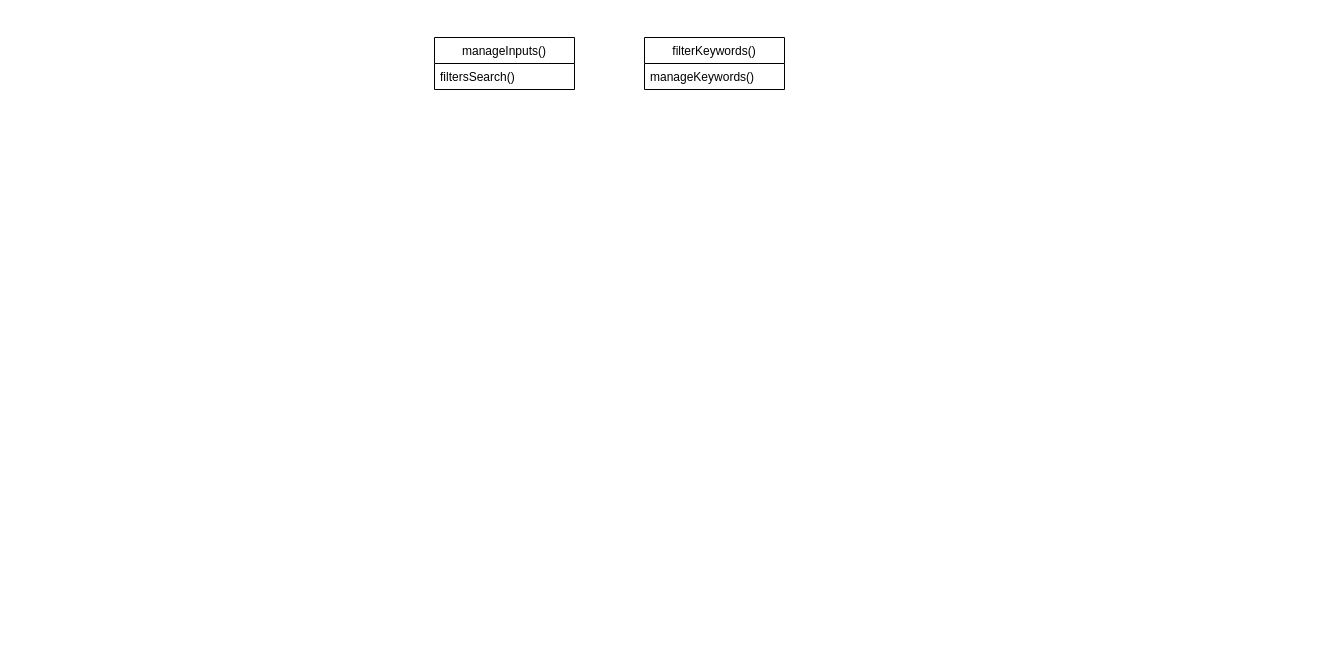
Before: Untitled Diagram 2.drawio in LouisMaupas/LesPetitsPlats, a draw.io diagram. Source tidied: cells renumbered, new cells numbered last; positions are measured from the earlier drawing's top-left corner, leaving out a move shared by most shapes. Both pictures are drawn from the tidied source at 100%, with x=0, y=0 at pixel (434, 37).
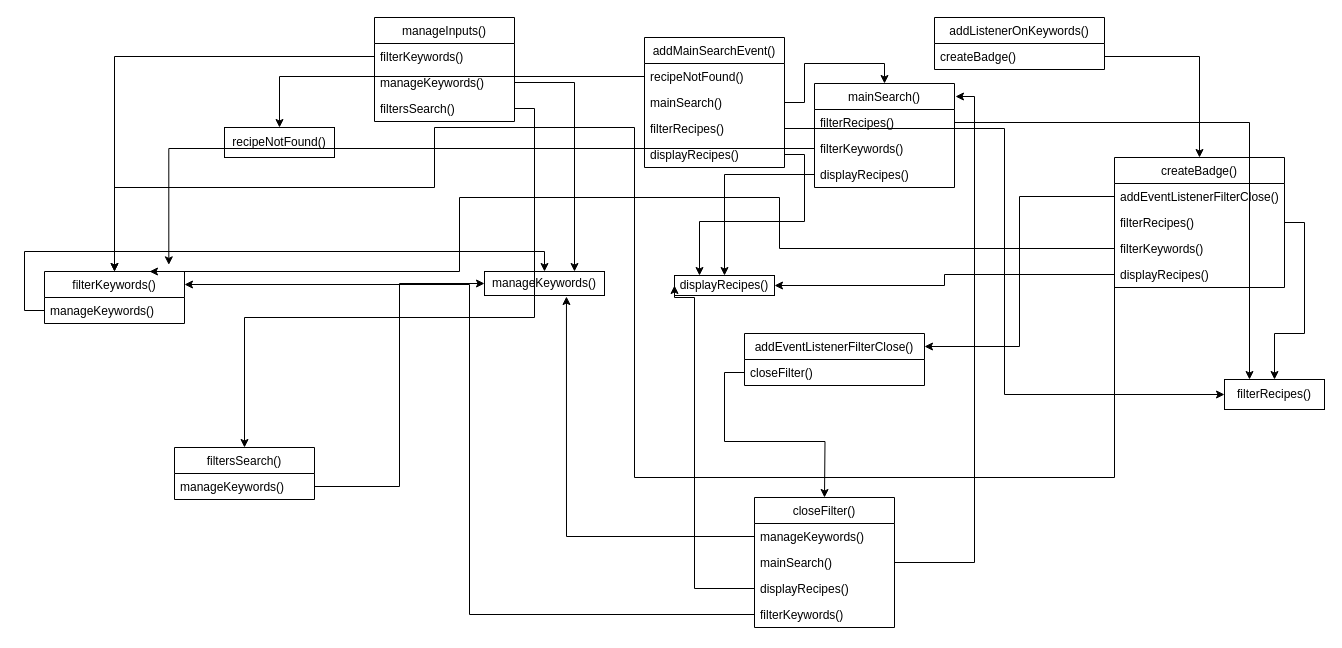
After the change.

Unchanged cells that the change refers to:
```xml
<mxCell id="5" value="manageKeywords()" style="text;strokeColor=none;fillColor=none;align=left;verticalAlign=top;spacingLeft=4;spacingRight=4;overflow=hidden;points=[[0,0.5],[1,0.5]];portConstraint=eastwest;" parent="4" vertex="1">
  <mxGeometry y="26" width="140" height="26" as="geometry" />
</mxCell>
```

Change to the diagram source:
```diff
@@
     <mxCell id="2" value="manageInputs()" style="swimlane;fontStyle=0;horizontal=1;startSize=26;" parent="1" vertex="1">
-      <mxGeometry width="140" height="52" as="geometry" />
+      <mxGeometry x="-60" y="-20" width="140" height="104" as="geometry" />
     </mxCell>
-    <mxCell id="3" value="filtersSearch()&#10;" style="text;fillColor=none;align=left;verticalAlign=top;spacingLeft=4;spacingRight=4;overflow=hidden;points=[[0,0.5],[1,0.5]];portConstraint=eastwest;" parent="2" vertex="1">
+    <mxCell id="3" value="filterKeywords()" style="text;fillColor=none;align=left;verticalAlign=top;spacingLeft=4;spacingRight=4;overflow=hidden;points=[[0,0.5],[1,0.5]];portConstraint=eastwest;" parent="2" vertex="1">
       <mxGeometry y="26" width="140" height="26" as="geometry" />
     </mxCell>
+    <mxCell id="6" value="manageKeywords()" style="text;fillColor=none;align=left;verticalAlign=top;spacingLeft=4;spacingRight=4;overflow=hidden;points=[[0,0.5],[1,0.5]];portConstraint=eastwest;" parent="2" vertex="1">
+      <mxGeometry y="52" width="140" height="26" as="geometry" />
+    </mxCell>
+    <mxCell id="7" value="filtersSearch()" style="text;fillColor=none;align=left;verticalAlign=top;spacingLeft=4;spacingRight=4;overflow=hidden;points=[[0,0.5],[1,0.5]];portConstraint=eastwest;" parent="2" vertex="1">
+      <mxGeometry y="78" width="140" height="26" as="geometry" />
+    </mxCell>
     <mxCell id="4" value="filterKeywords()" style="swimlane;fontStyle=0;horizontal=1;startSize=26;" parent="1" vertex="1">
-      <mxGeometry x="210" width="140" height="52" as="geometry" />
+      <mxGeometry x="-390" y="234" width="140" height="52" as="geometry" />
     </mxCell>
@@
+    <mxCell id="8" value="addMainSearchEvent()" style="swimlane;fontStyle=0;horizontal=1;startSize=26;" parent="1" vertex="1">
+      <mxGeometry x="210" width="140" height="130" as="geometry" />
+    </mxCell>
+    <mxCell id="9" value="recipeNotFound()" style="text;strokeColor=none;fillColor=none;align=left;verticalAlign=top;spacingLeft=4;spacingRight=4;overflow=hidden;points=[[0,0.5],[1,0.5]];portConstraint=eastwest;" parent="8" vertex="1">
+      <mxGeometry y="26" width="140" height="26" as="geometry" />
+    </mxCell>
+    <mxCell id="10" value="mainSearch()" style="text;strokeColor=none;fillColor=none;align=left;verticalAlign=top;spacingLeft=4;spacingRight=4;overflow=hidden;points=[[0,0.5],[1,0.5]];portConstraint=eastwest;" parent="8" vertex="1">
+      <mxGeometry y="52" width="140" height="26" as="geometry" />
+    </mxCell>
+    <mxCell id="11" value="filterRecipes()" style="text;strokeColor=none;fillColor=none;align=left;verticalAlign=top;spacingLeft=4;spacingRight=4;overflow=hidden;points=[[0,0.5],[1,0.5]];portConstraint=eastwest;" parent="8" vertex="1">
+      <mxGeometry y="78" width="140" height="26" as="geometry" />
+    </mxCell>
+    <mxCell id="12" value="displayRecipes()" style="text;strokeColor=none;fillColor=none;align=left;verticalAlign=top;spacingLeft=4;spacingRight=4;overflow=hidden;points=[[0,0.5],[1,0.5]];portConstraint=eastwest;" parent="8" vertex="1">
+      <mxGeometry y="104" width="140" height="26" as="geometry" />
+    </mxCell>
+    <mxCell id="13" value="mainSearch()" style="swimlane;fontStyle=0;horizontal=1;startSize=26;" parent="1" vertex="1">
+      <mxGeometry x="380" y="46" width="140" height="104" as="geometry" />
+    </mxCell>
+    <mxCell id="14" value="filterRecipes()" style="text;strokeColor=none;fillColor=none;align=left;verticalAlign=top;spacingLeft=4;spacingRight=4;overflow=hidden;points=[[0,0.5],[1,0.5]];portConstraint=eastwest;" parent="13" vertex="1">
+      <mxGeometry y="26" width="140" height="26" as="geometry" />
+    </mxCell>
+    <mxCell id="15" value="filterKeywords()" style="text;strokeColor=none;fillColor=none;align=left;verticalAlign=top;spacingLeft=4;spacingRight=4;overflow=hidden;points=[[0,0.5],[1,0.5]];portConstraint=eastwest;" parent="13" vertex="1">
+      <mxGeometry y="52" width="140" height="26" as="geometry" />
+    </mxCell>
+    <mxCell id="16" value="displayRecipes()" style="text;strokeColor=none;fillColor=none;align=left;verticalAlign=top;spacingLeft=4;spacingRight=4;overflow=hidden;points=[[0,0.5],[1,0.5]];portConstraint=eastwest;" parent="13" vertex="1">
+      <mxGeometry y="78" width="140" height="26" as="geometry" />
+    </mxCell>
+    <mxCell id="17" value="addEventListenerFilterClose()" style="swimlane;fontStyle=0;horizontal=1;startSize=26;" parent="1" vertex="1">
+      <mxGeometry x="310" y="296" width="180" height="52" as="geometry" />
+    </mxCell>
+    <mxCell id="18" value="closeFilter()" style="text;strokeColor=none;fillColor=none;align=left;verticalAlign=top;spacingLeft=4;spacingRight=4;overflow=hidden;points=[[0,0.5],[1,0.5]];portConstraint=eastwest;" parent="17" vertex="1">
+      <mxGeometry y="26" width="180" height="26" as="geometry" />
+    </mxCell>
+    <mxCell id="19" style="edgeStyle=orthogonalEdgeStyle;rounded=0;jettySize=auto;html=1;exitX=1;exitY=0.75;exitDx=0;exitDy=0;entryX=0.5;entryY=0;entryDx=0;entryDy=0;" parent="1" edge="1" source="20" target="22">
+      <mxGeometry relative="1" as="geometry" />
+    </mxCell>
+    <mxCell id="20" value="addListenerOnKeywords()" style="swimlane;fontStyle=0;horizontal=1;startSize=26;" parent="1" vertex="1">
+      <mxGeometry x="500" y="-20" width="170" height="52" as="geometry" />
+    </mxCell>
+    <mxCell id="21" value="createBadge()" style="text;strokeColor=none;fillColor=none;align=left;verticalAlign=top;spacingLeft=4;spacingRight=4;overflow=hidden;" parent="20" vertex="1">
+      <mxGeometry y="26" width="170" height="26" as="geometry" />
+    </mxCell>
+    <mxCell id="22" value="createBadge()" style="swimlane;fontStyle=0;horizontal=1;startSize=26;" parent="1" vertex="1">
+      <mxGeometry x="680" y="120" width="170" height="130" as="geometry" />
+    </mxCell>
+    <mxCell id="23" value="addEventListenerFilterClose()" style="text;strokeColor=none;fillColor=none;align=left;verticalAlign=top;spacingLeft=4;spacingRight=4;overflow=hidden;points=[[0,0.5],[1,0.5]];portConstraint=eastwest;" parent="22" vertex="1">
+      <mxGeometry y="26" width="170" height="26" as="geometry" />
+    </mxCell>
+    <mxCell id="24" value="filterRecipes()" style="text;strokeColor=none;fillColor=none;align=left;verticalAlign=top;spacingLeft=4;spacingRight=4;overflow=hidden;" parent="22" vertex="1">
+      <mxGeometry y="52" width="170" height="26" as="geometry" />
+    </mxCell>
+    <mxCell id="25" value="filterKeywords()" style="text;strokeColor=none;fillColor=none;align=left;verticalAlign=top;spacingLeft=4;spacingRight=4;overflow=hidden;points=[[0,0.5],[1,0.5]];portConstraint=eastwest;" parent="22" vertex="1">
+      <mxGeometry y="78" width="170" height="26" as="geometry" />
+    </mxCell>
+    <mxCell id="26" value="displayRecipes()" style="text;strokeColor=none;fillColor=none;align=left;verticalAlign=top;spacingLeft=4;spacingRight=4;overflow=hidden;points=[[0,0.5],[1,0.5]];portConstraint=eastwest;" parent="22" vertex="1">
+      <mxGeometry y="104" width="170" height="26" as="geometry" />
+    </mxCell>
+    <mxCell id="27" value="displayRecipes()" style="rounded=0;whiteSpace=wrap;html=1;" parent="1" vertex="1">
+      <mxGeometry x="240" y="238" width="100" height="20" as="geometry" />
+    </mxCell>
+    <mxCell id="28" style="edgeStyle=orthogonalEdgeStyle;rounded=0;jettySize=auto;html=1;exitX=1;exitY=0.5;exitDx=0;exitDy=0;entryX=0.5;entryY=0;entryDx=0;entryDy=0;" parent="1" edge="1" source="10" target="13">
+      <mxGeometry relative="1" as="geometry" />
+    </mxCell>
+    <mxCell id="29" style="edgeStyle=orthogonalEdgeStyle;rounded=0;jettySize=auto;html=1;exitX=0;exitY=0.5;exitDx=0;exitDy=0;entryX=0.5;entryY=0;entryDx=0;entryDy=0;" parent="1" edge="1" source="16" target="27">
+      <mxGeometry relative="1" as="geometry" />
+    </mxCell>
+    <mxCell id="30" style="edgeStyle=orthogonalEdgeStyle;rounded=0;jettySize=auto;html=1;exitX=0;exitY=0.5;exitDx=0;exitDy=0;entryX=0.5;entryY=0;entryDx=0;entryDy=0;" parent="1" edge="1" source="5" target="31">
+      <mxGeometry relative="1" as="geometry" />
+    </mxCell>
+    <mxCell id="31" value="manageKeywords()" style="rounded=0;whiteSpace=wrap;html=1;" parent="1" vertex="1">
+      <mxGeometry x="50" y="234" width="120" height="24" as="geometry" />
+    </mxCell>
+    <mxCell id="32" style="edgeStyle=orthogonalEdgeStyle;rounded=0;jettySize=auto;html=1;exitX=0;exitY=0.5;exitDx=0;exitDy=0;entryX=0.5;entryY=0;entryDx=0;entryDy=0;" parent="1" edge="1" source="3" target="4">
+      <mxGeometry relative="1" as="geometry" />
+    </mxCell>
+    <mxCell id="33" style="edgeStyle=orthogonalEdgeStyle;rounded=0;jettySize=auto;html=1;entryX=0.75;entryY=0;entryDx=0;entryDy=0;" parent="1" edge="1" source="6" target="31">
+      <mxGeometry relative="1" as="geometry" />
+    </mxCell>
+    <mxCell id="34" value="filterRecipes()" style="rounded=0;whiteSpace=wrap;html=1;" parent="1" vertex="1">
+      <mxGeometry x="790" y="342" width="100" height="30" as="geometry" />
+    </mxCell>
+    <mxCell id="35" style="edgeStyle=orthogonalEdgeStyle;rounded=0;jettySize=auto;html=1;exitX=1;exitY=0.5;exitDx=0;exitDy=0;entryX=0.5;entryY=0;entryDx=0;entryDy=0;" parent="1" edge="1" source="22" target="34">
+      <mxGeometry relative="1" as="geometry" />
+    </mxCell>
+    <mxCell id="36" style="edgeStyle=orthogonalEdgeStyle;rounded=0;jettySize=auto;html=1;exitX=0;exitY=0.5;exitDx=0;exitDy=0;entryX=0.5;entryY=0;entryDx=0;entryDy=0;" parent="1" edge="1" source="25" target="4">
+      <mxGeometry relative="1" as="geometry">
+        <Array as="points">
+          <mxPoint x="680" y="440" />
+          <mxPoint x="200" y="440" />
+          <mxPoint x="200" y="90" />
+          <mxPoint y="90" />
+          <mxPoint y="150" />
+        </Array>
+      </mxGeometry>
+    </mxCell>
+    <mxCell id="37" style="edgeStyle=orthogonalEdgeStyle;rounded=0;jettySize=auto;html=1;entryX=0.75;entryY=0;entryDx=0;entryDy=0;" parent="1" edge="1" target="4">
+      <mxGeometry relative="1" as="geometry">
+        <mxPoint x="680" y="211" as="sourcePoint" />
+        <Array as="points">
+          <mxPoint x="345" y="211" />
+          <mxPoint x="345" y="160" />
+          <mxPoint x="25" y="160" />
+        </Array>
+      </mxGeometry>
+    </mxCell>
+    <mxCell id="38" style="edgeStyle=orthogonalEdgeStyle;rounded=0;jettySize=auto;html=1;entryX=1;entryY=0.5;entryDx=0;entryDy=0;" parent="1" edge="1" source="26" target="27">
+      <mxGeometry relative="1" as="geometry" />
+    </mxCell>
+    <mxCell id="39" style="edgeStyle=orthogonalEdgeStyle;rounded=0;jettySize=auto;html=1;exitX=0;exitY=0.5;exitDx=0;exitDy=0;entryX=1;entryY=0.25;entryDx=0;entryDy=0;" parent="1" edge="1" source="23" target="17">
+      <mxGeometry relative="1" as="geometry" />
+    </mxCell>
+    <mxCell id="40" style="edgeStyle=orthogonalEdgeStyle;rounded=0;jettySize=auto;html=1;exitX=0;exitY=0.5;exitDx=0;exitDy=0;" parent="1" edge="1" source="18">
+      <mxGeometry relative="1" as="geometry">
+        <mxPoint x="390" y="460" as="targetPoint" />
+      </mxGeometry>
+    </mxCell>
+    <mxCell id="41" value="closeFilter()" style="swimlane;fontStyle=0;horizontal=1;startSize=26;" parent="1" vertex="1">
+      <mxGeometry x="320" y="460" width="140" height="130" as="geometry" />
+    </mxCell>
+    <mxCell id="42" value="manageKeywords()" style="text;strokeColor=none;fillColor=none;align=left;verticalAlign=top;spacingLeft=4;spacingRight=4;overflow=hidden;points=[[0,0.5],[1,0.5]];portConstraint=eastwest;" parent="41" vertex="1">
+      <mxGeometry y="26" width="140" height="26" as="geometry" />
+    </mxCell>
+    <mxCell id="43" value="mainSearch()" style="text;strokeColor=none;fillColor=none;align=left;verticalAlign=top;spacingLeft=4;spacingRight=4;overflow=hidden;points=[[0,0.5],[1,0.5]];portConstraint=eastwest;" parent="41" vertex="1">
+      <mxGeometry y="52" width="140" height="26" as="geometry" />
+    </mxCell>
+    <mxCell id="44" value="displayRecipes()" style="text;strokeColor=none;fillColor=none;align=left;verticalAlign=top;spacingLeft=4;spacingRight=4;overflow=hidden;points=[[0,0.5],[1,0.5]];portConstraint=eastwest;" parent="41" vertex="1">
+      <mxGeometry y="78" width="140" height="26" as="geometry" />
+    </mxCell>
+    <mxCell id="45" value="filterKeywords()" style="text;strokeColor=none;fillColor=none;align=left;verticalAlign=top;spacingLeft=4;spacingRight=4;overflow=hidden;points=[[0,0.5],[1,0.5]];portConstraint=eastwest;" parent="41" vertex="1">
+      <mxGeometry y="104" width="140" height="26" as="geometry" />
+    </mxCell>
+    <mxCell id="46" style="edgeStyle=orthogonalEdgeStyle;rounded=0;jettySize=auto;html=1;exitX=0;exitY=0.5;exitDx=0;exitDy=0;entryX=0.683;entryY=1.042;entryDx=0;entryDy=0;entryPerimeter=0;" parent="1" edge="1" source="42" target="31">
+      <mxGeometry relative="1" as="geometry" />
+    </mxCell>
+    <mxCell id="47" style="edgeStyle=orthogonalEdgeStyle;rounded=0;jettySize=auto;html=1;exitX=1;exitY=0.5;exitDx=0;exitDy=0;entryX=1.007;entryY=0.125;entryDx=0;entryDy=0;entryPerimeter=0;" parent="1" edge="1" source="43" target="13">
+      <mxGeometry relative="1" as="geometry" />
+    </mxCell>
+    <mxCell id="48" style="edgeStyle=orthogonalEdgeStyle;rounded=0;jettySize=auto;html=1;exitX=0;exitY=0.5;exitDx=0;exitDy=0;entryX=0;entryY=0.5;entryDx=0;entryDy=0;" parent="1" edge="1" source="44" target="27">
+      <mxGeometry relative="1" as="geometry">
+        <Array as="points">
+          <mxPoint x="260" y="551" />
+          <mxPoint x="260" y="260" />
+        </Array>
+      </mxGeometry>
+    </mxCell>
+    <mxCell id="49" value="filtersSearch()" style="swimlane;fontStyle=0;horizontal=1;startSize=26;" parent="1" vertex="1">
+      <mxGeometry x="-260" y="410" width="140" height="52" as="geometry" />
+    </mxCell>
+    <mxCell id="50" value="manageKeywords()" style="text;strokeColor=none;fillColor=none;align=left;verticalAlign=top;spacingLeft=4;spacingRight=4;overflow=hidden;points=[[0,0.5],[1,0.5]];portConstraint=eastwest;" parent="49" vertex="1">
+      <mxGeometry y="26" width="140" height="26" as="geometry" />
+    </mxCell>
+    <mxCell id="51" style="edgeStyle=orthogonalEdgeStyle;rounded=0;jettySize=auto;html=1;exitX=1;exitY=0.5;exitDx=0;exitDy=0;entryX=0;entryY=0.5;entryDx=0;entryDy=0;" parent="1" edge="1" source="50" target="31">
+      <mxGeometry relative="1" as="geometry" />
+    </mxCell>
+    <mxCell id="52" value="recipeNotFound()" style="rounded=0;whiteSpace=wrap;html=1;" parent="1" vertex="1">
+      <mxGeometry x="-210" y="90" width="110" height="30" as="geometry" />
+    </mxCell>
+    <mxCell id="53" style="edgeStyle=orthogonalEdgeStyle;rounded=0;jettySize=auto;html=1;exitX=0;exitY=0.5;exitDx=0;exitDy=0;entryX=0.5;entryY=0;entryDx=0;entryDy=0;" parent="1" edge="1" source="9" target="52">
+      <mxGeometry relative="1" as="geometry" />
+    </mxCell>
+    <mxCell id="54" style="edgeStyle=orthogonalEdgeStyle;rounded=0;jettySize=auto;html=1;exitX=1;exitY=0.5;exitDx=0;exitDy=0;entryX=0;entryY=0.5;entryDx=0;entryDy=0;" parent="1" edge="1" source="11" target="34">
+      <mxGeometry relative="1" as="geometry" />
+    </mxCell>
+    <mxCell id="55" style="edgeStyle=orthogonalEdgeStyle;rounded=0;jettySize=auto;html=1;exitX=1;exitY=0.5;exitDx=0;exitDy=0;entryX=0.25;entryY=0;entryDx=0;entryDy=0;" parent="1" edge="1" source="12" target="27">
+      <mxGeometry relative="1" as="geometry" />
+    </mxCell>
+    <mxCell id="56" style="edgeStyle=orthogonalEdgeStyle;rounded=0;jettySize=auto;html=1;entryX=0.25;entryY=0;entryDx=0;entryDy=0;" parent="1" edge="1" source="14" target="34">
+      <mxGeometry relative="1" as="geometry" />
+    </mxCell>
+    <mxCell id="57" style="edgeStyle=orthogonalEdgeStyle;rounded=0;jettySize=auto;html=1;exitX=0;exitY=0.5;exitDx=0;exitDy=0;entryX=0.888;entryY=-0.128;entryDx=0;entryDy=0;entryPerimeter=0;" parent="1" edge="1" source="15" target="4">
+      <mxGeometry relative="1" as="geometry" />
+    </mxCell>
+    <mxCell id="58" style="edgeStyle=orthogonalEdgeStyle;rounded=0;jettySize=auto;html=1;entryX=1;entryY=0.25;entryDx=0;entryDy=0;" parent="1" edge="1" source="45" target="4">
+      <mxGeometry relative="1" as="geometry" />
+    </mxCell>
+    <mxCell id="59" style="edgeStyle=orthogonalEdgeStyle;rounded=0;jettySize=auto;html=1;exitX=1;exitY=0.5;exitDx=0;exitDy=0;entryX=0.5;entryY=0;entryDx=0;entryDy=0;" parent="1" edge="1" source="7" target="49">
+      <mxGeometry relative="1" as="geometry">
+        <Array as="points">
+          <mxPoint x="100" y="71" />
+          <mxPoint x="100" y="280" />
+          <mxPoint x="-190" y="280" />
+        </Array>
+      </mxGeometry>
+    </mxCell>
```
